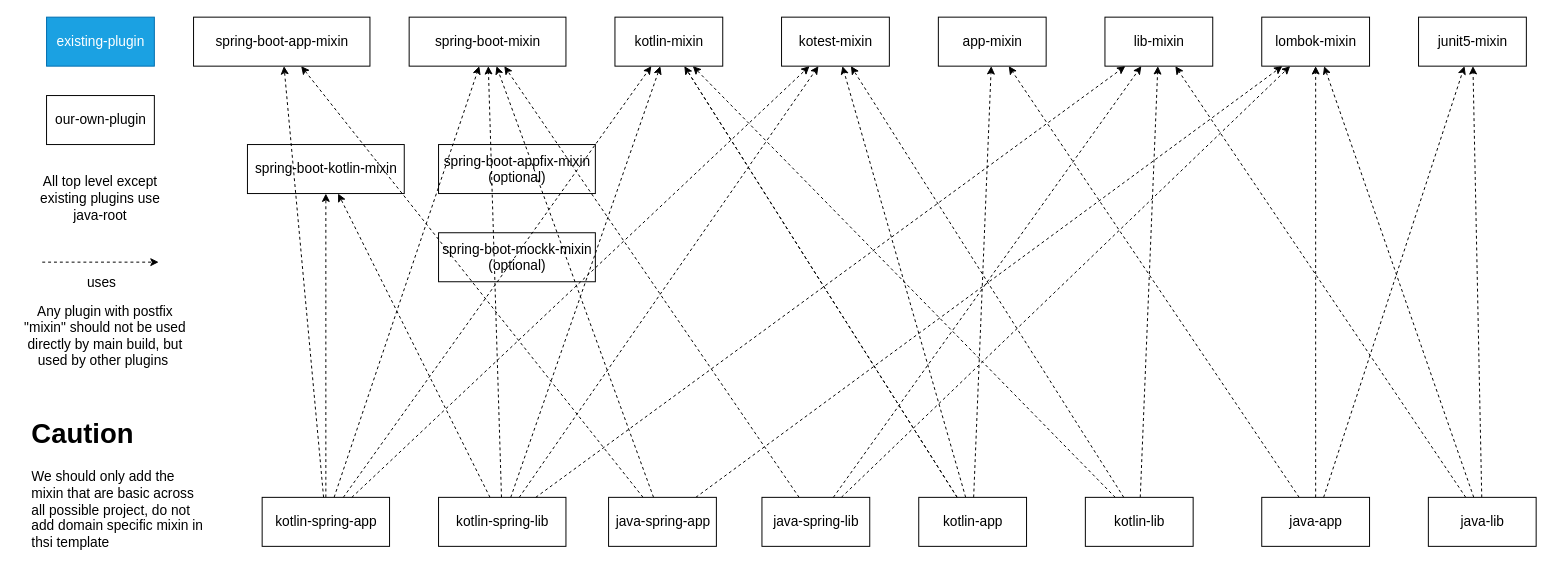
The draw.io diagram gradle/plugins/gradle plugins structure.drawio in CXwudi/modern-gradle-template, before the edit. Source tidied: cells renumbered, new cells numbered last; positions are measured from the earlier drawing's top-left corner, leaving out a move shared by most shapes. Both pictures are drawn from the tidied source at 98%, with x=0, y=0 at pixel (17, 17).
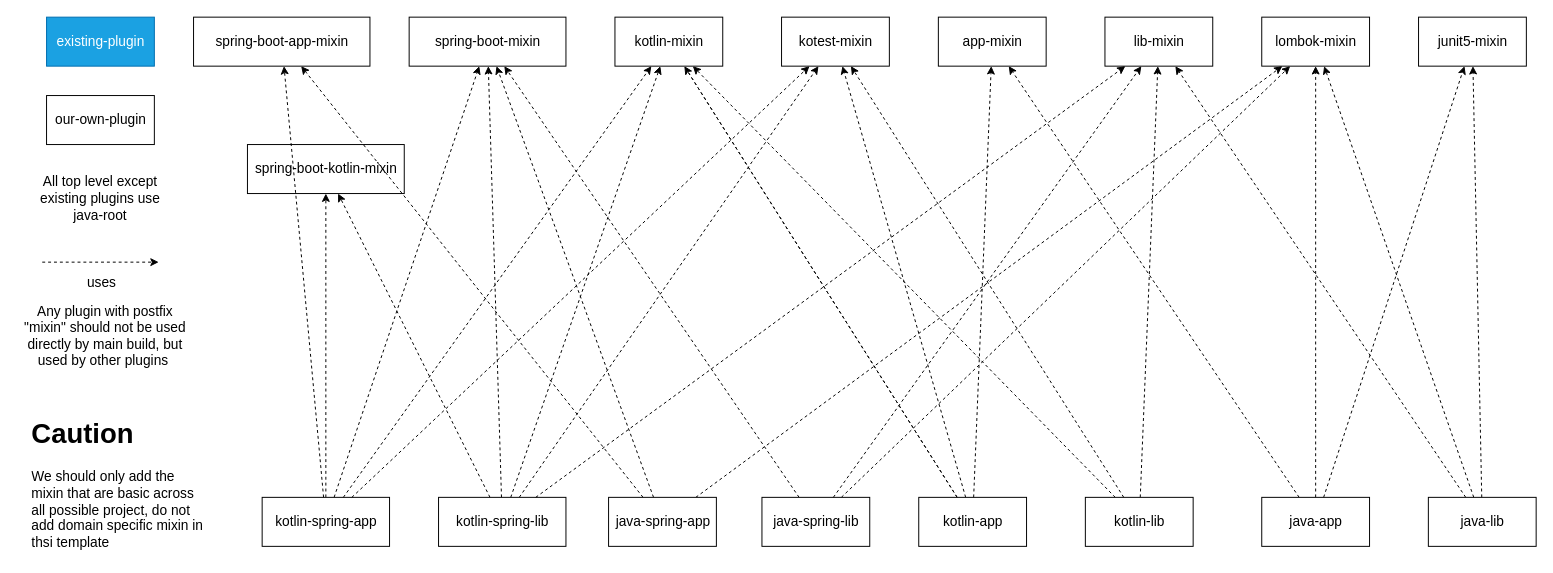
The same diagram, later.

Commit message (it also covers changes not shown here):
:pencil2: update diagram

The edit, as a diff of the source:
```diff
@@
-    <mxCell id="3" value="spring-boot-appfix-mixin&lt;br&gt;(optional)" style="html=1;fontSize=14;" parent="1" vertex="1">
-      <mxGeometry x="430" y="130" width="160" height="50" as="geometry" />
-    </mxCell>
-    <mxCell id="4" value="spring-boot-mockk-mixin&lt;br&gt;(optional)" style="html=1;fontSize=14;" parent="1" vertex="1">
-      <mxGeometry x="430" y="220" width="160" height="50" as="geometry" />
-    </mxCell>
```
